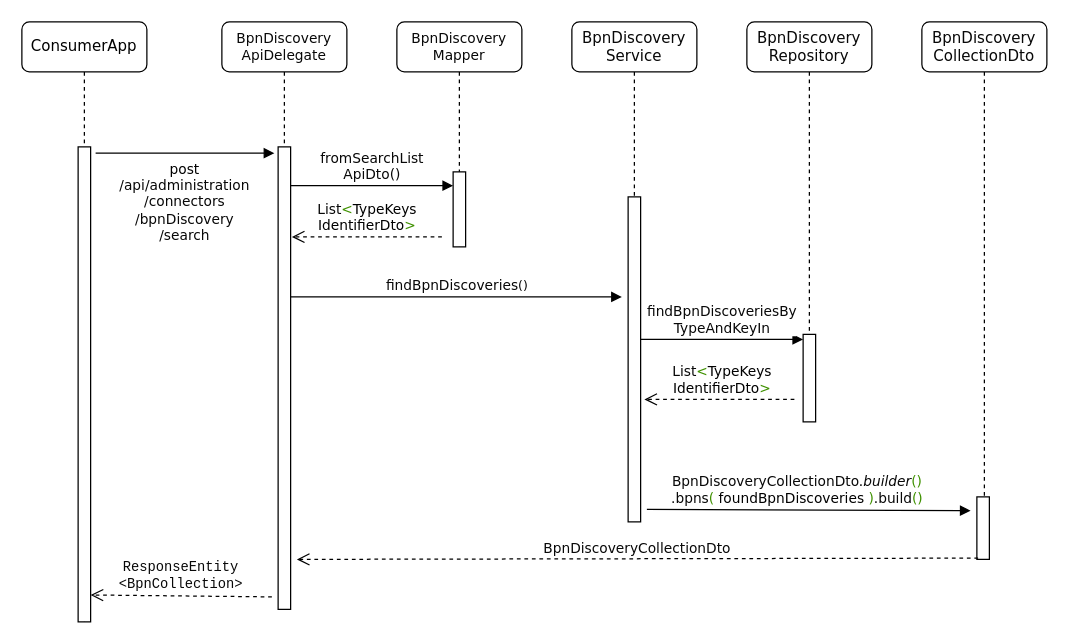
The draw.io diagram docs/media/drawings/AblaufSearch_BD.drawio in eclipse-tractusx/sldt-bpn-discovery, before the edit. Source tidied: cells renumbered, new cells numbered last; positions are measured from the earlier drawing's top-left corner, leaving out a move shared by most shapes. Both pictures are drawn from the tidied source at 125%, with x=0, y=0 at pixel (21, 21).
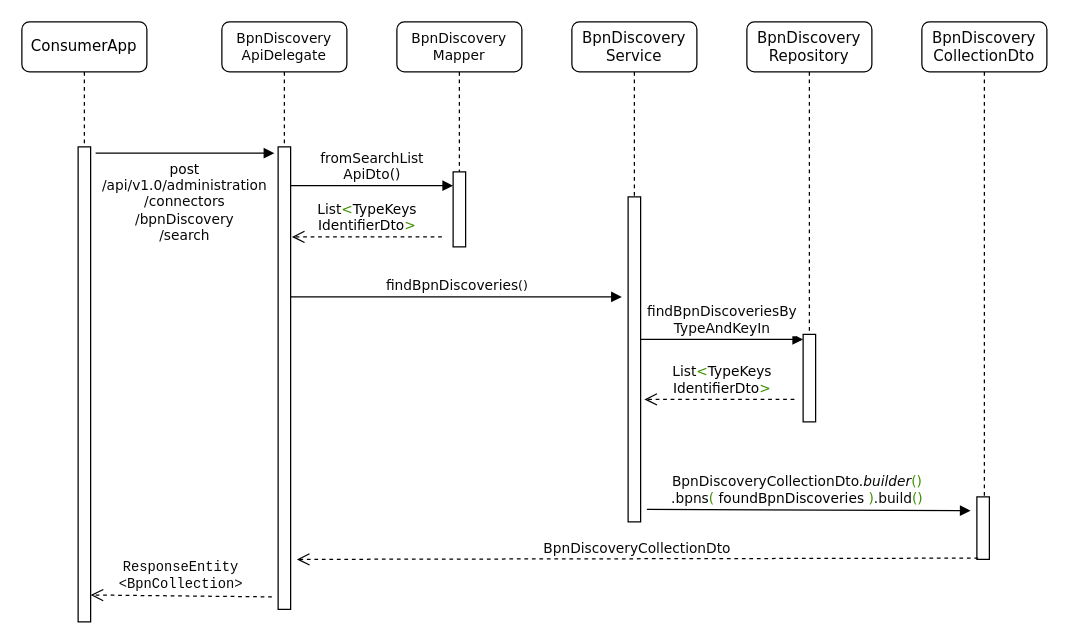
The same page after the edit.

Change to the diagram source:
```diff
@@
-    <mxCell id="16" value="&lt;font style=&quot;font-size: 11px;&quot; face=&quot;Verdana&quot;&gt;post &lt;br&gt;&lt;/font&gt;&lt;div style=&quot;background-color: rgb(255, 255, 255); color: rgb(8, 8, 8); font-size: 11px;&quot;&gt;&lt;font style=&quot;font-size: 11px;&quot; face=&quot;Verdana&quot;&gt;/api/administration&lt;/font&gt;&lt;/div&gt;&lt;div style=&quot;background-color: rgb(255, 255, 255); color: rgb(8, 8, 8); font-size: 11px;&quot;&gt;&lt;font style=&quot;font-size: 11px;&quot; face=&quot;Verdana&quot;&gt;/connectors&lt;/font&gt;&lt;/div&gt;&lt;div style=&quot;background-color: rgb(255, 255, 255); color: rgb(8, 8, 8); font-size: 11px;&quot;&gt;&lt;font style=&quot;font-size: 11px;&quot; face=&quot;Verdana&quot;&gt;/bpnDiscovery&lt;/font&gt;&lt;/div&gt;&lt;div style=&quot;background-color: rgb(255, 255, 255); color: rgb(8, 8, 8); font-size: 11px;&quot;&gt;&lt;font style=&quot;font-size: 11px;&quot; face=&quot;Verdana&quot;&gt;/search&lt;/font&gt;&lt;/div&gt;" style="html=1;verticalAlign=bottom;endArrow=block;labelBackgroundColor=none;fontFamily=Verdana;fontSize=12;edgeStyle=elbowEdgeStyle;elbow=vertical;" parent="1" edge="1">
+    <mxCell id="16" value="&lt;font style=&quot;font-size: 11px;&quot; face=&quot;Verdana&quot;&gt;post &lt;br&gt;&lt;/font&gt;&lt;div style=&quot;background-color: rgb(255, 255, 255); color: rgb(8, 8, 8); font-size: 11px;&quot;&gt;&lt;font style=&quot;font-size: 11px;&quot; face=&quot;Verdana&quot;&gt;/api/v1.0/administration&lt;/font&gt;&lt;/div&gt;&lt;div style=&quot;background-color: rgb(255, 255, 255); color: rgb(8, 8, 8); font-size: 11px;&quot;&gt;&lt;font style=&quot;font-size: 11px;&quot; face=&quot;Verdana&quot;&gt;/connectors&lt;/font&gt;&lt;/div&gt;&lt;div style=&quot;background-color: rgb(255, 255, 255); color: rgb(8, 8, 8); font-size: 11px;&quot;&gt;&lt;font style=&quot;font-size: 11px;&quot; face=&quot;Verdana&quot;&gt;/bpnDiscovery&lt;/font&gt;&lt;/div&gt;&lt;div style=&quot;background-color: rgb(255, 255, 255); color: rgb(8, 8, 8); font-size: 11px;&quot;&gt;&lt;font style=&quot;font-size: 11px;&quot; face=&quot;Verdana&quot;&gt;/search&lt;/font&gt;&lt;/div&gt;" style="html=1;verticalAlign=bottom;endArrow=block;labelBackgroundColor=none;fontFamily=Verdana;fontSize=12;edgeStyle=elbowEdgeStyle;elbow=vertical;" parent="1" edge="1">
       <mxGeometry x="-0.01" y="-75" relative="1" as="geometry">
         <mxPoint x="59" y="105" as="sourcePoint" />
         <mxPoint x="202" y="105" as="targetPoint" />
       </mxGeometry>
     </mxCell>
```
